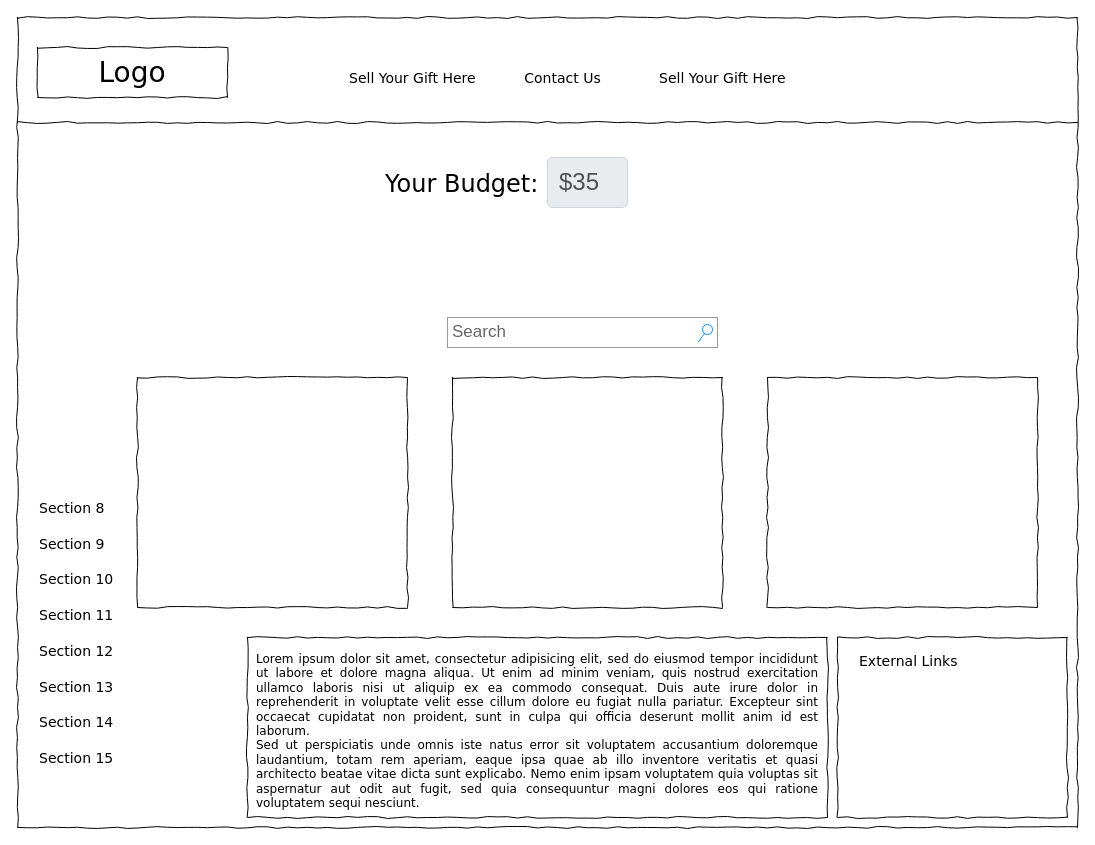
This is Untitled Diagram.drawio from jamesdvance/video_code, a draw.io file, before an edit. Source tidied: cells renumbered, new cells numbered last; positions are measured from the earlier drawing's top-left corner, leaving out a move shared by most shapes. Both pictures are drawn from the tidied source at 100%, with x=0, y=0 at pixel (17, 17).
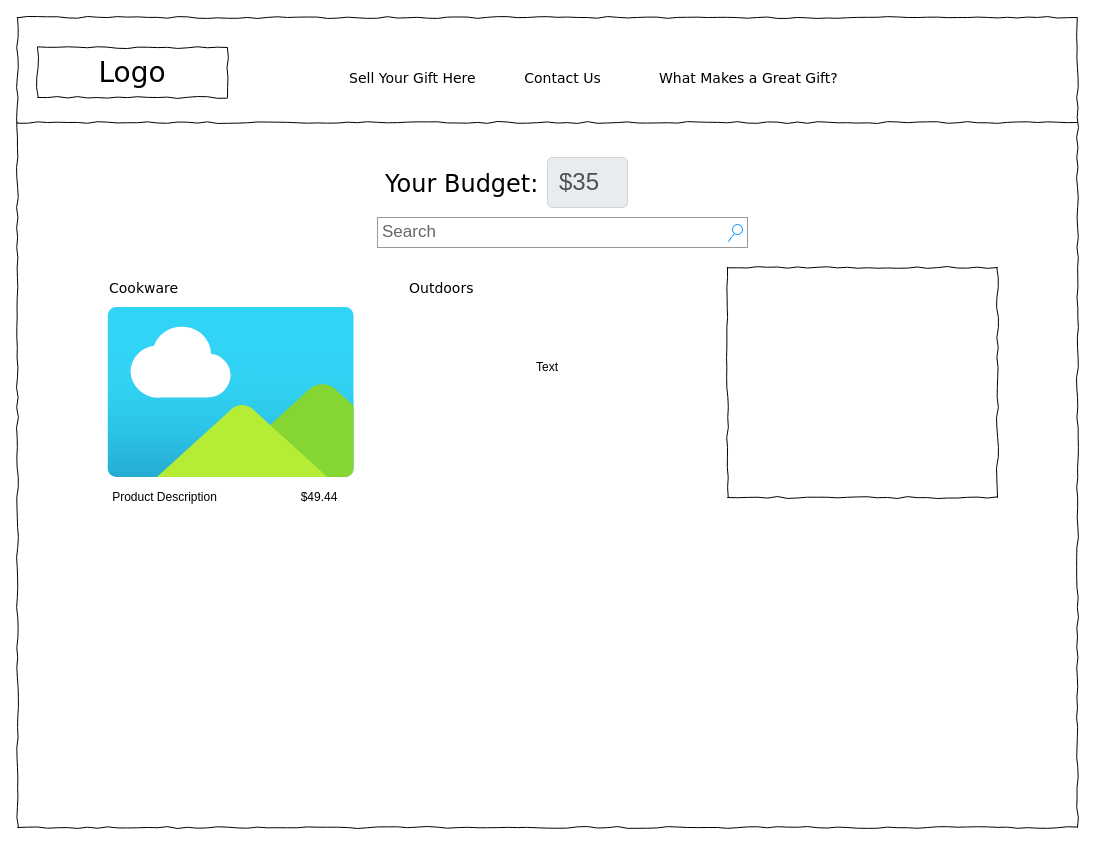
Above is the later version.

Diff of the diagram source:
```diff
@@
     <mxCell id="4" value="Search" style="strokeWidth=1;shadow=0;dashed=0;align=center;html=1;shape=mxgraph.mockup.forms.searchBox;strokeColor=#999999;mainText=;strokeColor2=#008cff;fontColor=#666666;fontSize=17;align=left;spacingLeft=3;rounded=0;labelBackgroundColor=none;comic=1;" parent="1" vertex="1">
-      <mxGeometry x="430" y="300" width="270" height="30" as="geometry" />
+      <mxGeometry x="360" y="200" width="370" height="30" as="geometry" />
     </mxCell>
@@
-    <mxCell id="6" value="&lt;div style=&quot;text-align: justify&quot;&gt;&lt;span&gt;Lorem ipsum dolor sit amet, consectetur adipisicing elit, sed do eiusmod tempor incididunt ut labore et dolore magna aliqua. Ut enim ad minim veniam, quis nostrud exercitation ullamco laboris nisi ut aliquip ex ea commodo consequat. Duis aute irure dolor in reprehenderit in voluptate velit esse cillum dolore eu fugiat nulla pariatur. Excepteur sint occaecat cupidatat non proident, sunt in culpa qui officia deserunt mollit anim id est laborum.&lt;/span&gt;&lt;/div&gt;&lt;div style=&quot;text-align: justify&quot;&gt;&lt;span&gt;Sed ut perspiciatis unde omnis iste natus error sit voluptatem accusantium doloremque laudantium, totam rem aperiam, eaque ipsa quae ab illo inventore veritatis et quasi architecto beatae vitae dicta sunt explicabo. Nemo enim ipsam voluptatem quia voluptas sit aspernatur aut odit aut fugit, sed quia consequuntur magni dolores eos qui ratione voluptatem sequi nesciunt.&amp;nbsp;&lt;/span&gt;&lt;/div&gt;" style="whiteSpace=wrap;html=1;rounded=0;shadow=0;labelBackgroundColor=none;strokeWidth=1;fillColor=none;fontFamily=Verdana;fontSize=12;align=center;verticalAlign=top;spacing=10;comic=1;" parent="1" vertex="1">
-      <mxGeometry x="230" y="620" width="580" height="180" as="geometry" />
-    </mxCell>
-    <mxCell id="7" style="whiteSpace=wrap;html=1;rounded=0;shadow=0;labelBackgroundColor=none;strokeWidth=1;fillColor=none;fontFamily=Verdana;fontSize=12;align=center;comic=1;" parent="1" vertex="1">
-      <mxGeometry x="120" y="360" width="270" height="230" as="geometry" />
-    </mxCell>
-    <mxCell id="8" style="whiteSpace=wrap;html=1;rounded=0;shadow=0;labelBackgroundColor=none;strokeWidth=1;fillColor=none;fontFamily=Verdana;fontSize=12;align=center;comic=1;" parent="1" vertex="1">
-      <mxGeometry x="820" y="620" width="230" height="180" as="geometry" />
-    </mxCell>
@@
-    <mxCell id="10" value="Section 8" style="text;html=1;align=left;verticalAlign=top;spacingTop=-4;fontSize=14;fontFamily=Verdana;" parent="1" vertex="1">
-      <mxGeometry x="20" y="480" width="170" height="20" as="geometry" />
-    </mxCell>
-    <mxCell id="11" value="Section 9" style="text;html=1;align=left;verticalAlign=top;spacingTop=-4;fontSize=14;fontFamily=Verdana;" parent="1" vertex="1">
-      <mxGeometry x="20" y="516" width="170" height="20" as="geometry" />
-    </mxCell>
-    <mxCell id="12" value="Section 10" style="text;html=1;align=left;verticalAlign=top;spacingTop=-4;fontSize=14;fontFamily=Verdana;" parent="1" vertex="1">
-      <mxGeometry x="20" y="551" width="170" height="20" as="geometry" />
-    </mxCell>
-    <mxCell id="13" value="Section 11" style="text;html=1;align=left;verticalAlign=top;spacingTop=-4;fontSize=14;fontFamily=Verdana;" parent="1" vertex="1">
-      <mxGeometry x="20" y="587" width="170" height="20" as="geometry" />
-    </mxCell>
-    <mxCell id="14" value="Section 12" style="text;html=1;align=left;verticalAlign=top;spacingTop=-4;fontSize=14;fontFamily=Verdana;" parent="1" vertex="1">
-      <mxGeometry x="20" y="623" width="170" height="20" as="geometry" />
-    </mxCell>
-    <mxCell id="15" value="Section 13" style="text;html=1;align=left;verticalAlign=top;spacingTop=-4;fontSize=14;fontFamily=Verdana;" parent="1" vertex="1">
-      <mxGeometry x="20" y="659" width="170" height="20" as="geometry" />
-    </mxCell>
-    <mxCell id="16" value="Section 14" style="text;html=1;align=left;verticalAlign=top;spacingTop=-4;fontSize=14;fontFamily=Verdana;" parent="1" vertex="1">
-      <mxGeometry x="20" y="694" width="170" height="20" as="geometry" />
-    </mxCell>
@@
-    <mxCell id="19" value="Section 15" style="text;html=1;align=left;verticalAlign=top;spacingTop=-4;fontSize=14;fontFamily=Verdana;" parent="1" vertex="1">
-      <mxGeometry x="20" y="730" width="170" height="20" as="geometry" />
+    <mxCell id="19" value="Cookware" style="text;html=1;align=left;verticalAlign=top;spacingTop=-4;fontSize=14;fontFamily=Verdana;" parent="1" vertex="1">
+      <mxGeometry x="90" y="260" width="170" height="20" as="geometry" />
     </mxCell>
-    <mxCell id="20" value="External Links" style="text;html=1;align=left;verticalAlign=top;spacingTop=-4;fontSize=14;fontFamily=Verdana;" parent="1" vertex="1">
-      <mxGeometry x="840" y="633" width="170" height="20" as="geometry" />
-    </mxCell>
@@
-    <mxCell id="22" style="whiteSpace=wrap;html=1;rounded=0;shadow=0;labelBackgroundColor=none;strokeWidth=1;fillColor=none;fontFamily=Verdana;fontSize=12;align=center;comic=1;" parent="1" vertex="1">
-      <mxGeometry x="435" y="360" width="270" height="230" as="geometry" />
-    </mxCell>
     <mxCell id="23" style="whiteSpace=wrap;html=1;rounded=0;shadow=0;labelBackgroundColor=none;strokeWidth=1;fillColor=none;fontFamily=Verdana;fontSize=12;align=center;comic=1;" parent="1" vertex="1">
-      <mxGeometry x="750" y="360" width="270" height="230" as="geometry" />
+      <mxGeometry x="710" y="250" width="270" height="230" as="geometry" />
     </mxCell>
-    <mxCell id="24" value="Sell Your Gift Here" style="text;html=1;align=left;verticalAlign=top;spacingTop=-4;fontSize=14;fontFamily=Verdana;" parent="1" vertex="1">
-      <mxGeometry x="640" y="50" width="170" height="20" as="geometry" />
+    <mxCell id="24" value="What Makes a Great Gift?" style="text;html=1;align=left;verticalAlign=top;spacingTop=-4;fontSize=14;fontFamily=Verdana;" parent="1" vertex="1">
+      <mxGeometry x="640" y="50" width="180" height="20" as="geometry" />
     </mxCell>
+    <mxCell id="25" value="Outdoors" style="text;html=1;align=left;verticalAlign=top;spacingTop=-4;fontSize=14;fontFamily=Verdana;" parent="1" vertex="1">
+      <mxGeometry x="390" y="260" width="170" height="20" as="geometry" />
+    </mxCell>
+    <mxCell id="26" style="html=1;align=center;image;fontSize=12;image=img/lib/azure2/general/Image.svg;" parent="1" vertex="1">
+      <mxGeometry x="90" y="290" width="247.3" height="170" as="geometry" />
+    </mxCell>
+    <mxCell id="27" value="Text" style="text;html=1;strokeColor=none;fillColor=none;align=center;verticalAlign=middle;whiteSpace=wrap;rounded=0;" parent="1" vertex="1">
+      <mxGeometry x="510" y="340" width="40" height="20" as="geometry" />
+    </mxCell>
+    <mxCell id="28" value="Product Description" style="text;html=1;strokeColor=none;fillColor=none;align=center;verticalAlign=middle;whiteSpace=wrap;rounded=0;" parent="1" vertex="1">
+      <mxGeometry x="60" y="470" width="175" height="20" as="geometry" />
+    </mxCell>
+    <mxCell id="29" value="$49.44" style="text;html=1;strokeColor=none;fillColor=none;align=center;verticalAlign=middle;whiteSpace=wrap;rounded=0;" parent="1" vertex="1">
+      <mxGeometry x="267.3" y="470" width="70" height="20" as="geometry" />
+    </mxCell>
```
